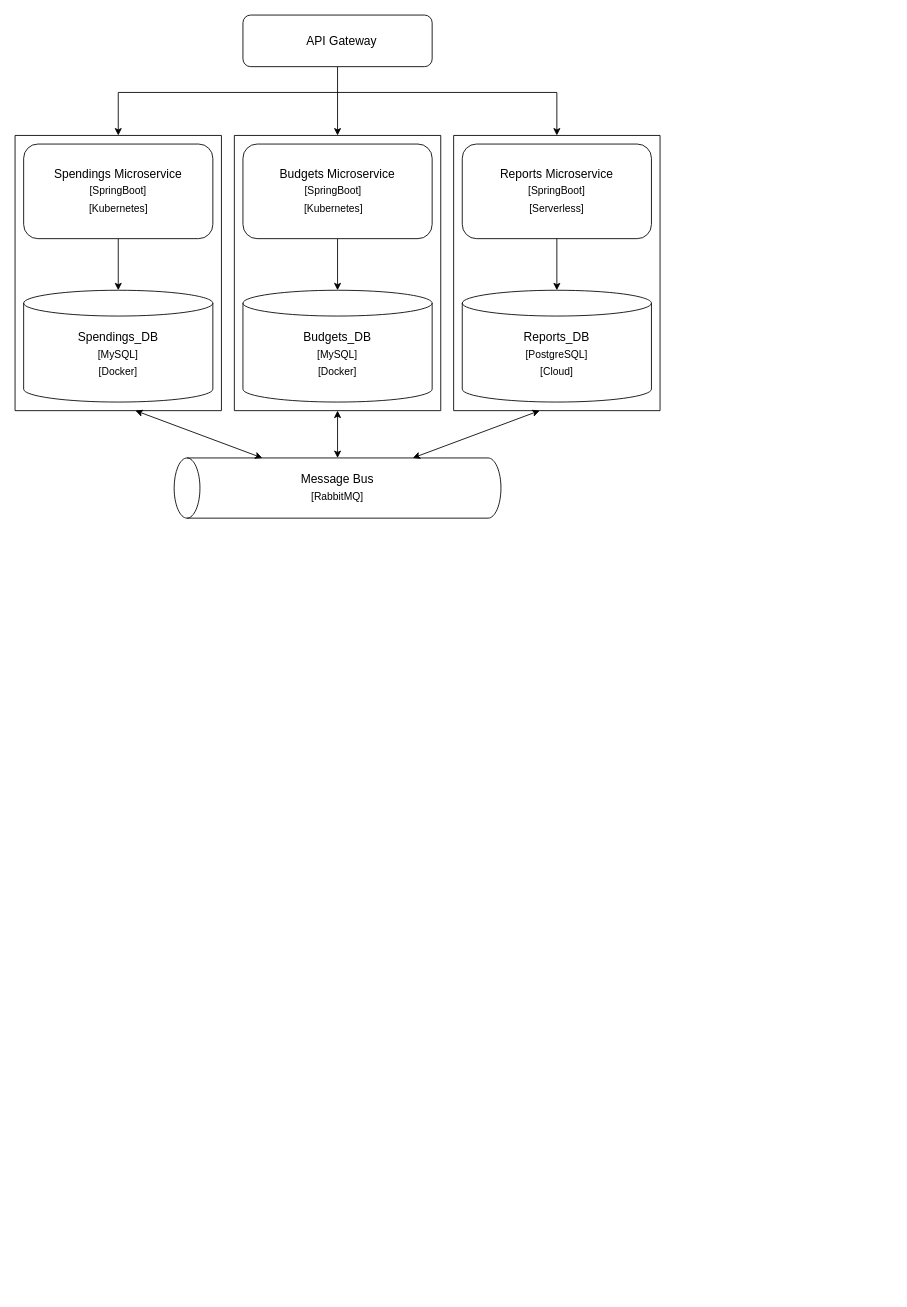
Earlier version of the draw.io diagram Documentation/ArchitectureDiagram.drawio (ViktoriaTodorova2003/SpendSense). Source tidied: cells renumbered, new cells numbered last; positions are measured from the earlier drawing's top-left corner, leaving out a move shared by most shapes. Both pictures are drawn from the tidied source at 86%, with x=0, y=0 at pixel (15, 15).
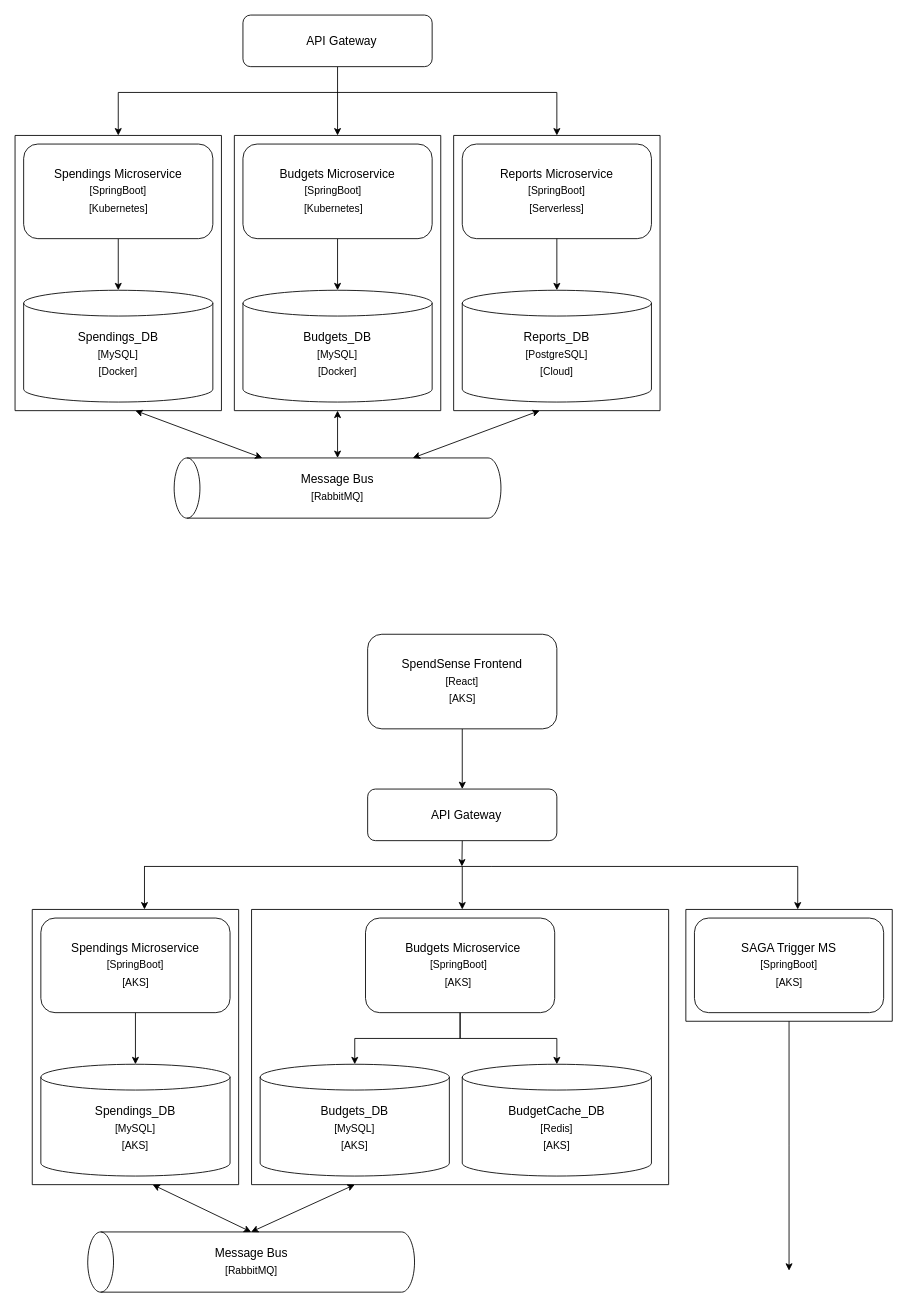
The same diagram, later.

Diff of the diagram source:
```diff
@@
+    <mxCell id="44" style="edgeStyle=orthogonalEdgeStyle;rounded=0;jettySize=auto;html=1;entryX=0.542;entryY=0;entryDx=0;entryDy=0;entryPerimeter=0;" parent="1" edge="1" target="86">
+      <mxGeometry relative="1" as="geometry">
+        <mxPoint x="554.5" y="990" as="sourcePoint" />
+        <Array as="points">
+          <mxPoint x="910" y="990" />
+        </Array>
+      </mxGeometry>
+    </mxCell>
+    <mxCell id="45" style="edgeStyle=orthogonalEdgeStyle;rounded=0;jettySize=auto;html=1;exitX=0.5;exitY=1;exitDx=0;exitDy=0;" parent="1" edge="1" source="46">
+      <mxGeometry relative="1" as="geometry">
+        <mxPoint x="519.6" y="990" as="targetPoint" />
+      </mxGeometry>
+    </mxCell>
+    <mxCell id="46" style="rounded=1;whiteSpace=wrap;html=1;" parent="1" vertex="1">
+      <mxGeometry x="410" y="900" width="220" height="60" as="geometry" />
+    </mxCell>
+    <mxCell id="47" value="&lt;font style=&quot;font-size: 14px;&quot;&gt;API Gateway&lt;/font&gt;" style="text;html=1;align=center;verticalAlign=middle;whiteSpace=wrap;rounded=0;" parent="1" vertex="1">
+      <mxGeometry x="465" y="915" width="120" height="30" as="geometry" />
+    </mxCell>
+    <mxCell id="48" style="edgeStyle=orthogonalEdgeStyle;rounded=0;jettySize=auto;html=1;" parent="1" edge="1" source="49" target="54">
+      <mxGeometry relative="1" as="geometry" />
+    </mxCell>
+    <mxCell id="49" style="rounded=1;whiteSpace=wrap;html=1;" parent="1" vertex="1">
+      <mxGeometry x="30" y="1050" width="220" height="110" as="geometry" />
+    </mxCell>
+    <mxCell id="50" value="&lt;font style=&quot;font-size: 14px;&quot;&gt;Spendings Microservice&lt;/font&gt;" style="text;html=1;align=center;verticalAlign=middle;whiteSpace=wrap;rounded=0;" parent="1" vertex="1">
+      <mxGeometry x="60" y="1070" width="160" height="30" as="geometry" />
+    </mxCell>
+    <mxCell id="51" value="[SpringBoot]" style="text;html=1;align=center;verticalAlign=middle;whiteSpace=wrap;rounded=0;" parent="1" vertex="1">
+      <mxGeometry x="110" y="1090" width="60" height="30" as="geometry" />
+    </mxCell>
+    <mxCell id="52" style="edgeStyle=orthogonalEdgeStyle;rounded=0;jettySize=auto;html=1;" parent="1" edge="1" source="75" target="58">
+      <mxGeometry relative="1" as="geometry" />
+    </mxCell>
+    <mxCell id="53" value="[AKS]" style="text;html=1;align=center;verticalAlign=middle;whiteSpace=wrap;rounded=0;" parent="1" vertex="1">
+      <mxGeometry x="105.5" y="1110" width="69" height="30" as="geometry" />
+    </mxCell>
+    <mxCell id="54" style="shape=cylinder3;whiteSpace=wrap;html=1;boundedLbl=1;backgroundOutline=1;size=15;" parent="1" vertex="1">
+      <mxGeometry x="30" y="1220" width="220" height="130" as="geometry" />
+    </mxCell>
+    <mxCell id="55" value="&lt;font style=&quot;font-size: 14px;&quot;&gt;Spendings_DB&lt;/font&gt;" style="text;html=1;align=center;verticalAlign=middle;whiteSpace=wrap;rounded=0;" parent="1" vertex="1">
+      <mxGeometry x="60" y="1260" width="160" height="30" as="geometry" />
+    </mxCell>
+    <mxCell id="56" value="[MySQL]" style="text;html=1;align=center;verticalAlign=middle;whiteSpace=wrap;rounded=0;" parent="1" vertex="1">
+      <mxGeometry x="110" y="1280" width="60" height="30" as="geometry" />
+    </mxCell>
+    <mxCell id="57" value="[AKS]" style="text;html=1;align=center;verticalAlign=middle;whiteSpace=wrap;rounded=0;" parent="1" vertex="1">
+      <mxGeometry x="110" y="1300" width="60" height="30" as="geometry" />
+    </mxCell>
+    <mxCell id="58" style="shape=cylinder3;whiteSpace=wrap;html=1;boundedLbl=1;backgroundOutline=1;size=15;" parent="1" vertex="1">
+      <mxGeometry x="285" y="1220" width="220" height="130" as="geometry" />
+    </mxCell>
+    <mxCell id="59" value="&lt;font style=&quot;font-size: 14px;&quot;&gt;Budgets_DB&lt;/font&gt;" style="text;html=1;align=center;verticalAlign=middle;whiteSpace=wrap;rounded=0;" parent="1" vertex="1">
+      <mxGeometry x="315" y="1260" width="160" height="30" as="geometry" />
+    </mxCell>
+    <mxCell id="60" value="[MySQL]" style="text;html=1;align=center;verticalAlign=middle;whiteSpace=wrap;rounded=0;" parent="1" vertex="1">
+      <mxGeometry x="365" y="1280" width="60" height="30" as="geometry" />
+    </mxCell>
+    <mxCell id="61" value="[AKS]" style="text;html=1;align=center;verticalAlign=middle;whiteSpace=wrap;rounded=0;" parent="1" vertex="1">
+      <mxGeometry x="365" y="1300" width="60" height="30" as="geometry" />
+    </mxCell>
+    <mxCell id="62" style="shape=cylinder3;whiteSpace=wrap;html=1;boundedLbl=1;backgroundOutline=1;size=15;rotation=-90;" parent="1" vertex="1">
+      <mxGeometry x="239.5" y="1260" width="70" height="380" as="geometry" />
+    </mxCell>
+    <mxCell id="63" value="&lt;span style=&quot;font-size: 14px;&quot;&gt;Message Bus&lt;/span&gt;" style="text;html=1;align=center;verticalAlign=middle;whiteSpace=wrap;rounded=0;" parent="1" vertex="1">
+      <mxGeometry x="194.5" y="1425" width="160" height="30" as="geometry" />
+    </mxCell>
+    <mxCell id="64" value="[RabbitMQ]" style="text;html=1;align=center;verticalAlign=middle;whiteSpace=wrap;rounded=0;" parent="1" vertex="1">
+      <mxGeometry x="244.5" y="1445" width="60" height="30" as="geometry" />
+    </mxCell>
+    <mxCell id="65" style="endArrow=none;html=1;rounded=0;" parent="1" edge="1">
+      <mxGeometry relative="1" as="geometry">
+        <mxPoint x="150" y="990" as="sourcePoint" />
+        <mxPoint x="554.5" y="990" as="targetPoint" />
+      </mxGeometry>
+    </mxCell>
+    <mxCell id="66" style="endArrow=classic;html=1;rounded=0;" parent="1" edge="1">
+      <mxGeometry relative="1" as="geometry">
+        <mxPoint x="150.5" y="990" as="sourcePoint" />
+        <mxPoint x="150.5" y="1040" as="targetPoint" />
+      </mxGeometry>
+    </mxCell>
+    <mxCell id="67" style="endArrow=classic;startArrow=classic;html=1;rounded=0;entryX=0.5;entryY=1;entryDx=0;entryDy=0;entryPerimeter=0;exitX=1;exitY=0.5;exitDx=0;exitDy=0;exitPerimeter=0;" parent="1" edge="1" source="62">
+      <mxGeometry relative="1" as="geometry">
+        <mxPoint x="395" y="1360" as="targetPoint" />
+      </mxGeometry>
+    </mxCell>
+    <mxCell id="68" style="endArrow=classic;startArrow=classic;html=1;rounded=0;entryX=0.5;entryY=1;entryDx=0;entryDy=0;entryPerimeter=0;exitX=1;exitY=0.5;exitDx=0;exitDy=0;exitPerimeter=0;" parent="1" edge="1" source="62">
+      <mxGeometry relative="1" as="geometry">
+        <mxPoint x="160" y="1360" as="targetPoint" />
+      </mxGeometry>
+    </mxCell>
+    <mxCell id="69" style="swimlane;startSize=0;" parent="1" vertex="1">
+      <mxGeometry x="20" y="1040" width="240" height="320" as="geometry" />
+    </mxCell>
+    <mxCell id="70" style="swimlane;startSize=0;" parent="1" vertex="1">
+      <mxGeometry x="275" y="1040" width="485" height="320" as="geometry" />
+    </mxCell>
+    <mxCell id="71" style="shape=cylinder3;whiteSpace=wrap;html=1;boundedLbl=1;backgroundOutline=1;size=15;" parent="70" vertex="1">
+      <mxGeometry x="245" y="180" width="220" height="130" as="geometry" />
+    </mxCell>
+    <mxCell id="72" value="&lt;font style=&quot;font-size: 14px;&quot;&gt;BudgetCache_DB&lt;/font&gt;" style="text;html=1;align=center;verticalAlign=middle;whiteSpace=wrap;rounded=0;" parent="70" vertex="1">
+      <mxGeometry x="275" y="220" width="160" height="30" as="geometry" />
+    </mxCell>
+    <mxCell id="73" value="[Redis]" style="text;html=1;align=center;verticalAlign=middle;whiteSpace=wrap;rounded=0;" parent="70" vertex="1">
+      <mxGeometry x="325" y="240" width="60" height="30" as="geometry" />
+    </mxCell>
+    <mxCell id="74" value="[AKS]" style="text;html=1;align=center;verticalAlign=middle;whiteSpace=wrap;rounded=0;" parent="70" vertex="1">
+      <mxGeometry x="325" y="260" width="60" height="30" as="geometry" />
+    </mxCell>
+    <mxCell id="75" style="rounded=1;whiteSpace=wrap;html=1;" parent="70" vertex="1">
+      <mxGeometry x="132.5" y="10" width="220" height="110" as="geometry" />
+    </mxCell>
+    <mxCell id="76" value="&lt;font style=&quot;font-size: 14px;&quot;&gt;Budgets Microservice&lt;/font&gt;" style="text;html=1;align=center;verticalAlign=middle;whiteSpace=wrap;rounded=0;" parent="70" vertex="1">
+      <mxGeometry x="165.5" y="30" width="160" height="30" as="geometry" />
+    </mxCell>
+    <mxCell id="77" value="[SpringBoot]" style="text;html=1;align=center;verticalAlign=middle;whiteSpace=wrap;rounded=0;" parent="70" vertex="1">
+      <mxGeometry x="210.5" y="50" width="60" height="30" as="geometry" />
+    </mxCell>
+    <mxCell id="78" value="[AKS]" style="text;html=1;align=center;verticalAlign=middle;whiteSpace=wrap;rounded=0;" parent="70" vertex="1">
+      <mxGeometry x="206" y="70" width="69" height="30" as="geometry" />
+    </mxCell>
+    <mxCell id="79" style="edgeStyle=orthogonalEdgeStyle;rounded=0;jettySize=auto;html=1;entryX=0.5;entryY=0;entryDx=0;entryDy=0;entryPerimeter=0;" parent="70" edge="1" source="75" target="71">
+      <mxGeometry relative="1" as="geometry" />
+    </mxCell>
+    <mxCell id="80" style="edgeStyle=orthogonalEdgeStyle;rounded=0;jettySize=auto;html=1;entryX=0.5;entryY=0;entryDx=0;entryDy=0;" parent="1" edge="1" source="81" target="46">
+      <mxGeometry relative="1" as="geometry" />
+    </mxCell>
+    <mxCell id="81" style="rounded=1;whiteSpace=wrap;html=1;" parent="1" vertex="1">
+      <mxGeometry x="410" y="720" width="220" height="110" as="geometry" />
+    </mxCell>
+    <mxCell id="82" value="&lt;font style=&quot;font-size: 14px;&quot;&gt;SpendSense Frontend&lt;/font&gt;" style="text;html=1;align=center;verticalAlign=middle;whiteSpace=wrap;rounded=0;" parent="1" vertex="1">
+      <mxGeometry x="440" y="740" width="160" height="30" as="geometry" />
+    </mxCell>
+    <mxCell id="83" value="[React]" style="text;html=1;align=center;verticalAlign=middle;whiteSpace=wrap;rounded=0;" parent="1" vertex="1">
+      <mxGeometry x="490" y="760" width="60" height="30" as="geometry" />
+    </mxCell>
+    <mxCell id="84" value="[AKS]" style="text;html=1;align=center;verticalAlign=middle;whiteSpace=wrap;rounded=0;" parent="1" vertex="1">
+      <mxGeometry x="485.5" y="780" width="69" height="30" as="geometry" />
+    </mxCell>
+    <mxCell id="85" style="edgeStyle=orthogonalEdgeStyle;rounded=0;jettySize=auto;html=1;" parent="1" edge="1" source="86">
+      <mxGeometry relative="1" as="geometry">
+        <mxPoint x="900" y="1460" as="targetPoint" />
+      </mxGeometry>
+    </mxCell>
+    <mxCell id="86" style="swimlane;startSize=0;" parent="1" vertex="1">
+      <mxGeometry x="780" y="1040" width="240" height="130" as="geometry" />
+    </mxCell>
+    <mxCell id="87" style="rounded=1;whiteSpace=wrap;html=1;" parent="86" vertex="1">
+      <mxGeometry x="10" y="10" width="220" height="110" as="geometry" />
+    </mxCell>
+    <mxCell id="88" value="&lt;font style=&quot;font-size: 14px;&quot;&gt;SAGA Trigger MS&lt;/font&gt;" style="text;html=1;align=center;verticalAlign=middle;whiteSpace=wrap;rounded=0;" parent="86" vertex="1">
+      <mxGeometry x="40" y="30" width="160" height="30" as="geometry" />
+    </mxCell>
+    <mxCell id="89" value="[SpringBoot]" style="text;html=1;align=center;verticalAlign=middle;whiteSpace=wrap;rounded=0;" parent="86" vertex="1">
+      <mxGeometry x="90" y="50" width="60" height="30" as="geometry" />
+    </mxCell>
+    <mxCell id="90" value="[AKS]" style="text;html=1;align=center;verticalAlign=middle;whiteSpace=wrap;rounded=0;" parent="86" vertex="1">
+      <mxGeometry x="85.5" y="70" width="69" height="30" as="geometry" />
+    </mxCell>
+    <mxCell id="91" style="edgeStyle=orthogonalEdgeStyle;rounded=0;orthogonalLoop=1;jettySize=auto;html=1;" parent="1" edge="1">
+      <mxGeometry relative="1" as="geometry">
+        <mxPoint x="520" y="990" as="sourcePoint" />
+        <mxPoint x="520" y="1040" as="targetPoint" />
+      </mxGeometry>
+    </mxCell>
```
